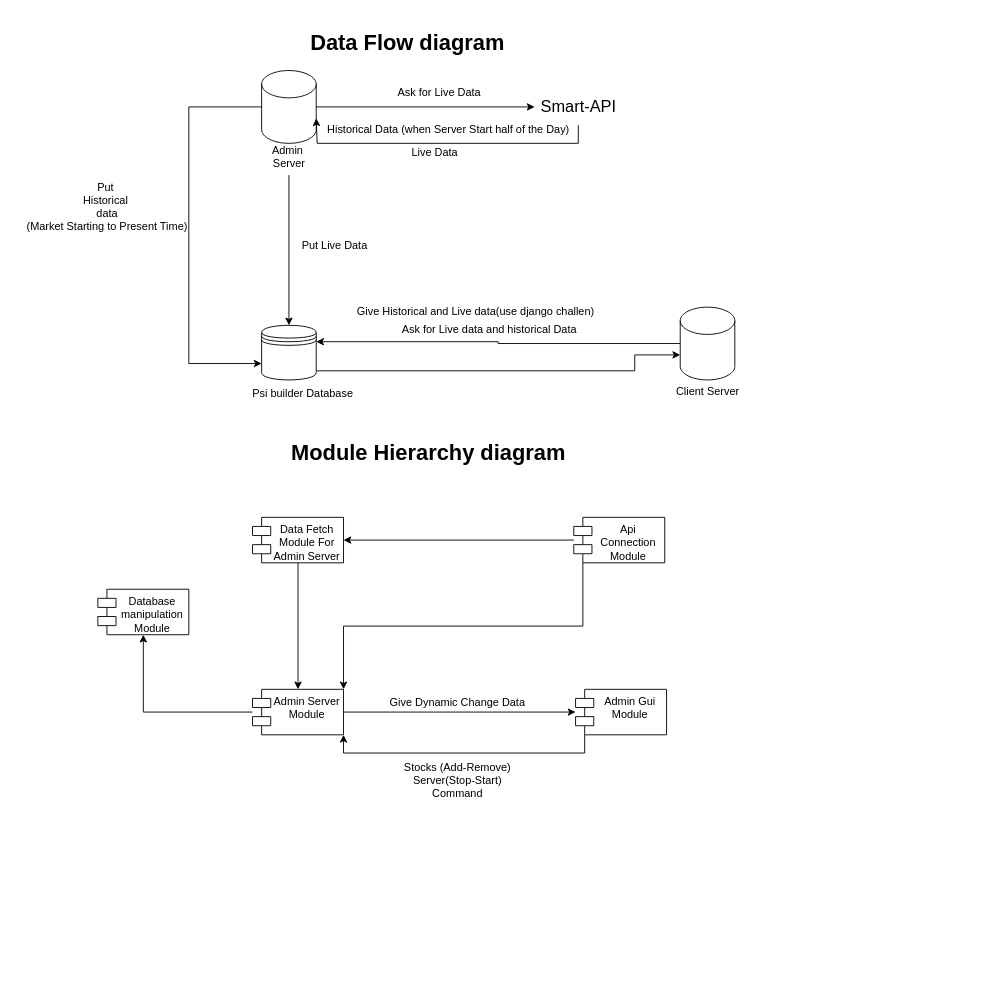
rizztoy/psi-builder keeps this draw.io diagram as Untitled Diagram.drawio. Above is the earlier version. Source tidied: cells renumbered, new cells numbered last; positions are measured from the earlier drawing's top-left corner, leaving out a move shared by most shapes. Both pictures are drawn from the tidied source at 91%, with x=0, y=0 at pixel (15, 25).
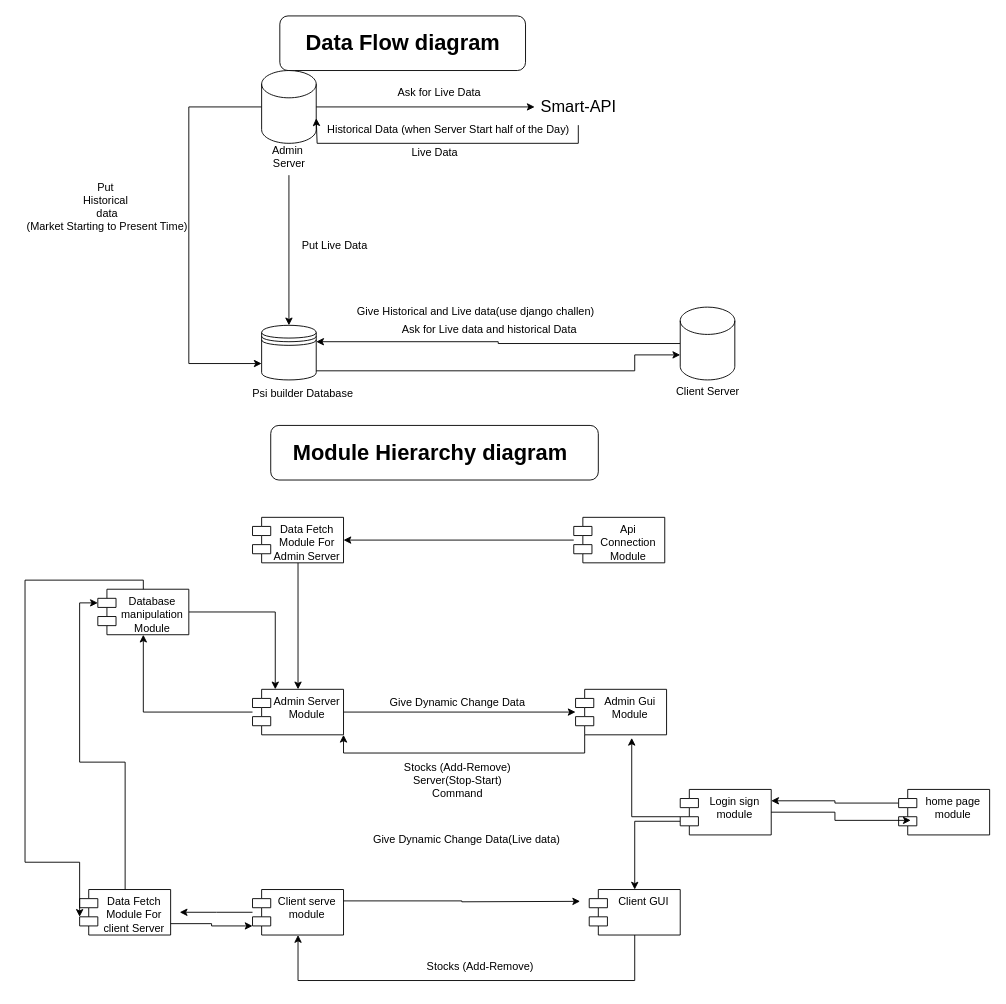
The same page after the edit.

The change refers to these unchanged cells:
```xml
<mxCell id="28" value="Api Connection Module" style="shape=module;align=left;spacingLeft=20;align=center;verticalAlign=top;whiteSpace=wrap;html=1;" parent="1" vertex="1">
  <mxGeometry x="613" y="541" width="100" height="50" as="geometry" />
</mxCell>
<mxCell id="31" value="Admin Server Module" style="shape=module;align=left;spacingLeft=20;align=center;verticalAlign=top;whiteSpace=wrap;html=1;" parent="1" vertex="1">
  <mxGeometry x="260" y="730" width="100" height="50" as="geometry" />
</mxCell>
<mxCell id="33" value="Admin Gui Module" style="shape=module;align=left;spacingLeft=20;align=center;verticalAlign=top;whiteSpace=wrap;html=1;" parent="1" vertex="1">
  <mxGeometry x="615" y="730" width="100" height="50" as="geometry" />
</mxCell>
<mxCell id="36" value="Database manipulation Module" style="shape=module;align=left;spacingLeft=20;align=center;verticalAlign=top;whiteSpace=wrap;html=1;" parent="1" vertex="1">
  <mxGeometry x="90" y="620" width="100" height="50" as="geometry" />
</mxCell>
```

Diff of the diagram source:
```diff
@@
+    <mxCell id="37" style="rounded=1;whiteSpace=wrap;html=1;" parent="1" vertex="1">
+      <mxGeometry x="290" y="-10" width="270" height="60" as="geometry" />
+    </mxCell>
+    <mxCell id="38" style="rounded=1;whiteSpace=wrap;html=1;" parent="1" vertex="1">
+      <mxGeometry x="280" y="440" width="360" height="60" as="geometry" />
+    </mxCell>
@@
     <mxCell id="22" value="&lt;font style=&quot;font-size: 24px;&quot;&gt;&lt;b&gt;Data Flow diagram&lt;/b&gt;&lt;/font&gt;" style="text;html=1;align=center;verticalAlign=middle;strokeColor=none;fillColor=none;" parent="1" vertex="1">
-      <mxGeometry x="310" width="240" height="40" as="geometry" />
+      <mxGeometry x="305" width="240" height="40" as="geometry" />
     </mxCell>
     <mxCell id="23" value="&lt;font style=&quot;font-size: 24px;&quot;&gt;&lt;b&gt;Module Hierarchy diagram&lt;/b&gt;&lt;/font&gt;" style="text;html=1;align=center;verticalAlign=middle;strokeColor=none;fillColor=none;" parent="1" vertex="1">
-      <mxGeometry x="293" y="450" width="320" height="40" as="geometry" />
+      <mxGeometry x="295" y="450" width="320" height="40" as="geometry" />
     </mxCell>
@@
-    <mxCell id="27" style="edgeStyle=orthogonalEdgeStyle;rounded=0;jettySize=auto;html=1;exitX=0;exitY=1;exitDx=10;exitDy=0;exitPerimeter=0;entryX=1;entryY=0;entryDx=0;entryDy=0;" parent="1" edge="1" source="28" target="31">
-      <mxGeometry relative="1" as="geometry" />
-    </mxCell>
@@
-    <mxCell id="35" value="Stocks (Add-Remove)&lt;div&gt;Server(Stop-Start)&lt;/div&gt;&lt;div&gt;Command&lt;/div&gt;" style="text;html=1;align=center;verticalAlign=middle;strokeColor=none;fillColor=none;" parent="1" vertex="1">
+    <mxCell id="35" value="&lt;div&gt;Stocks (Add-Remove)&lt;/div&gt;&lt;div&gt;Server(Stop-Start)&lt;/div&gt;&lt;div&gt;Command&lt;/div&gt;" style="text;html=1;align=center;verticalAlign=middle;strokeColor=none;fillColor=none;" parent="1" vertex="1">
       <mxGeometry x="415" y="800" width="140" height="60" as="geometry" />
     </mxCell>
+    <mxCell id="39" style="edgeStyle=orthogonalEdgeStyle;rounded=0;jettySize=auto;html=1;entryX=0.25;entryY=0;entryDx=0;entryDy=0;" parent="1" edge="1" source="36" target="31">
+      <mxGeometry relative="1" as="geometry" />
+    </mxCell>
@@
+    <mxCell id="40" value="Client serve module" style="shape=module;align=left;spacingLeft=20;align=center;verticalAlign=top;whiteSpace=wrap;html=1;" parent="1" vertex="1">
+      <mxGeometry x="260" y="950" width="100" height="50" as="geometry" />
+    </mxCell>
+    <mxCell id="41" style="edgeStyle=orthogonalEdgeStyle;rounded=0;jettySize=auto;html=1;exitX=0.5;exitY=1;exitDx=0;exitDy=0;entryX=0.5;entryY=1;entryDx=0;entryDy=0;" parent="1" edge="1" source="42" target="40">
+      <mxGeometry relative="1" as="geometry">
+        <Array as="points">
+          <mxPoint x="680" y="1050" />
+          <mxPoint x="310" y="1050" />
+        </Array>
+      </mxGeometry>
+    </mxCell>
+    <mxCell id="42" value="Client GUI" style="shape=module;align=left;spacingLeft=20;align=center;verticalAlign=top;whiteSpace=wrap;html=1;" parent="1" vertex="1">
+      <mxGeometry x="630" y="950" width="100" height="50" as="geometry" />
+    </mxCell>
+    <mxCell id="43" style="edgeStyle=orthogonalEdgeStyle;rounded=0;jettySize=auto;html=1;exitX=1;exitY=0.25;exitDx=0;exitDy=0;" parent="1" edge="1" source="40">
+      <mxGeometry relative="1" as="geometry">
+        <mxPoint x="620" y="963" as="targetPoint" />
+      </mxGeometry>
+    </mxCell>
+    <mxCell id="44" value="Give Dynamic Change Data(Live data)" style="text;html=1;align=center;verticalAlign=middle;strokeColor=none;fillColor=none;" parent="1" vertex="1">
+      <mxGeometry x="380" y="880" width="230" height="30" as="geometry" />
+    </mxCell>
+    <mxCell id="45" value="&lt;div&gt;Stocks (Add-Remove)&lt;/div&gt;" style="text;html=1;align=center;verticalAlign=middle;strokeColor=none;fillColor=none;" parent="1" vertex="1">
+      <mxGeometry x="440" y="1020" width="140" height="30" as="geometry" />
+    </mxCell>
+    <mxCell id="46" value="Data Fetch Module For client Server" style="shape=module;align=left;spacingLeft=20;align=center;verticalAlign=top;whiteSpace=wrap;html=1;" parent="1" vertex="1">
+      <mxGeometry x="70" y="950" width="100" height="50" as="geometry" />
+    </mxCell>
+    <mxCell id="47" style="edgeStyle=orthogonalEdgeStyle;rounded=0;jettySize=auto;html=1;entryX=1.1;entryY=0.5;entryDx=0;entryDy=0;entryPerimeter=0;" parent="1" edge="1" source="40">
+      <mxGeometry relative="1" as="geometry">
+        <mxPoint x="180" y="975" as="targetPoint" />
+      </mxGeometry>
+    </mxCell>
+    <mxCell id="48" style="edgeStyle=orthogonalEdgeStyle;rounded=0;jettySize=auto;html=1;entryX=0;entryY=0;entryDx=0;entryDy=15;entryPerimeter=0;" parent="1" edge="1" source="46" target="36">
+      <mxGeometry relative="1" as="geometry" />
+    </mxCell>
+    <mxCell id="49" style="edgeStyle=orthogonalEdgeStyle;rounded=0;jettySize=auto;html=1;entryX=0;entryY=0.6;entryDx=0;entryDy=0;entryPerimeter=0;" parent="1" edge="1" source="36" target="46">
+      <mxGeometry relative="1" as="geometry">
+        <Array as="points">
+          <mxPoint x="140" y="610" />
+          <mxPoint x="10" y="610" />
+          <mxPoint x="10" y="920" />
+        </Array>
+      </mxGeometry>
+    </mxCell>
+    <mxCell id="50" style="edgeStyle=orthogonalEdgeStyle;rounded=0;orthogonalLoop=1;jettySize=auto;html=1;exitX=1;exitY=0.75;exitDx=0;exitDy=0;" parent="1" edge="1">
+      <mxGeometry relative="1" as="geometry">
+        <mxPoint x="170" y="987.5" as="sourcePoint" />
+        <mxPoint x="260" y="990" as="targetPoint" />
+        <Array as="points">
+          <mxPoint x="215" y="988" />
+        </Array>
+      </mxGeometry>
+    </mxCell>
+    <mxCell id="51" style="edgeStyle=orthogonalEdgeStyle;rounded=0;jettySize=auto;html=1;exitX=0;exitY=0;exitDx=0;exitDy=35;exitPerimeter=0;entryX=0.5;entryY=0;entryDx=0;entryDy=0;" parent="1" edge="1" source="52" target="42">
+      <mxGeometry relative="1" as="geometry" />
+    </mxCell>
+    <mxCell id="52" value="Login sign module" style="shape=module;align=left;spacingLeft=20;align=center;verticalAlign=top;whiteSpace=wrap;html=1;" parent="1" vertex="1">
+      <mxGeometry x="730" y="840" width="100" height="50" as="geometry" />
+    </mxCell>
+    <mxCell id="53" style="edgeStyle=orthogonalEdgeStyle;rounded=0;jettySize=auto;html=1;entryX=0.617;entryY=1.067;entryDx=0;entryDy=0;entryPerimeter=0;" parent="1" edge="1" source="52" target="33">
+      <mxGeometry relative="1" as="geometry">
+        <Array as="points">
+          <mxPoint x="677" y="870" />
+        </Array>
+      </mxGeometry>
+    </mxCell>
+    <mxCell id="54" style="edgeStyle=orthogonalEdgeStyle;rounded=0;jettySize=auto;html=1;exitX=0;exitY=0;exitDx=0;exitDy=15;exitPerimeter=0;entryX=1;entryY=0.25;entryDx=0;entryDy=0;" parent="1" edge="1" source="55" target="52">
+      <mxGeometry relative="1" as="geometry" />
+    </mxCell>
+    <mxCell id="55" value="home page module" style="shape=module;align=left;spacingLeft=20;align=center;verticalAlign=top;whiteSpace=wrap;html=1;" parent="1" vertex="1">
+      <mxGeometry x="970" y="840" width="100" height="50" as="geometry" />
+    </mxCell>
+    <mxCell id="56" style="edgeStyle=orthogonalEdgeStyle;rounded=0;jettySize=auto;html=1;entryX=0.133;entryY=0.68;entryDx=0;entryDy=0;entryPerimeter=0;" parent="1" edge="1" source="52" target="55">
+      <mxGeometry relative="1" as="geometry" />
+    </mxCell>
```
